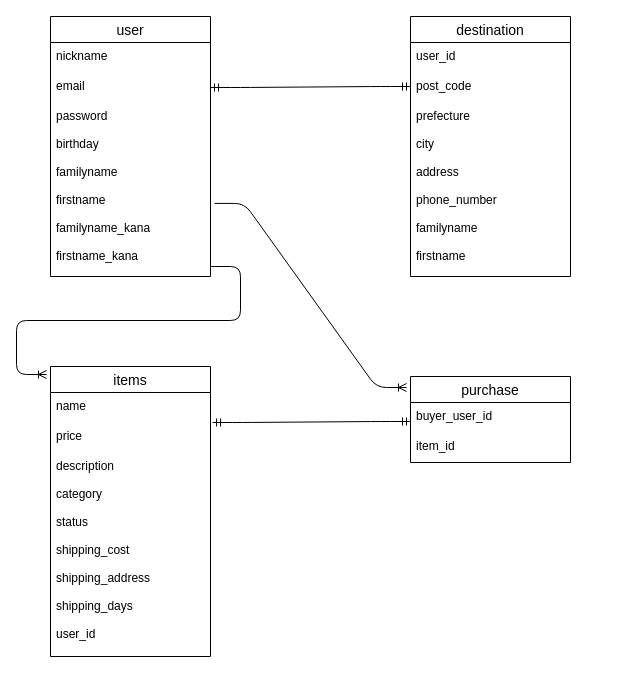
Above: test.dio in mitsugu-kawaguchi/furima-32473 (draw.io), before the change. Source tidied: cells renumbered, new cells numbered last; positions are measured from the earlier drawing's top-left corner, leaving out a move shared by most shapes. Both pictures are drawn from the tidied source at 100%, with x=0, y=0 at pixel (46, 16).
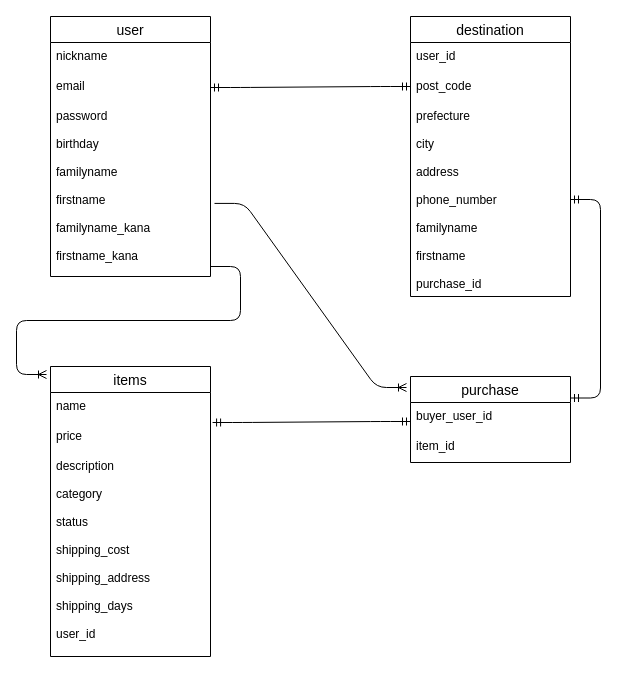
The same page after the edit.

Commit message (it also covers changes not shown here):
ER図、README修正＃4

The change refers to these unchanged cells:
```xml
<mxCell id="16" value="purchase" style="swimlane;fontStyle=0;horizontal=1;startSize=26;align=center;fontSize=14;" parent="1" vertex="1">
  <mxGeometry x="364" y="360" width="160" height="86" as="geometry" />
</mxCell>
```

The edit, as a diff of the source:
```diff
@@
     <mxCell id="6" value="destination" style="swimlane;fontStyle=0;horizontal=1;startSize=26;align=center;fontSize=14;" parent="1" vertex="1">
-      <mxGeometry x="364" width="160" height="260" as="geometry" />
+      <mxGeometry x="364" width="160" height="280" as="geometry" />
     </mxCell>
@@
-    <mxCell id="9" value="prefecture&#10;&#10;city&#10;&#10;address&#10;&#10;phone_number&#10;&#10;familyname&#10;&#10;firstname" style="text;strokeColor=none;fillColor=none;spacingLeft=4;spacingRight=4;overflow=hidden;points=[[0,0.5],[1,0.5]];portConstraint=eastwest;fontSize=12;" parent="6" vertex="1">
-      <mxGeometry y="86" width="160" height="174" as="geometry" />
+    <mxCell id="9" value="prefecture&#10;&#10;city&#10;&#10;address&#10;&#10;phone_number&#10;&#10;familyname&#10;&#10;firstname&#10;&#10;purchase_id" style="text;strokeColor=none;fillColor=none;spacingLeft=4;spacingRight=4;overflow=hidden;points=[[0,0.5],[1,0.5]];portConstraint=eastwest;fontSize=12;" parent="6" vertex="1">
+      <mxGeometry y="86" width="160" height="194" as="geometry" />
     </mxCell>
@@
+    <mxCell id="21" style="edgeStyle=entityRelationEdgeStyle;fontSize=12;html=1;endArrow=ERmandOne;startArrow=ERmandOne;exitX=1;exitY=0.25;exitDx=0;exitDy=0;" parent="1" edge="1" source="16" target="9">
+      <mxGeometry relative="1" as="geometry" />
+    </mxCell>
```
